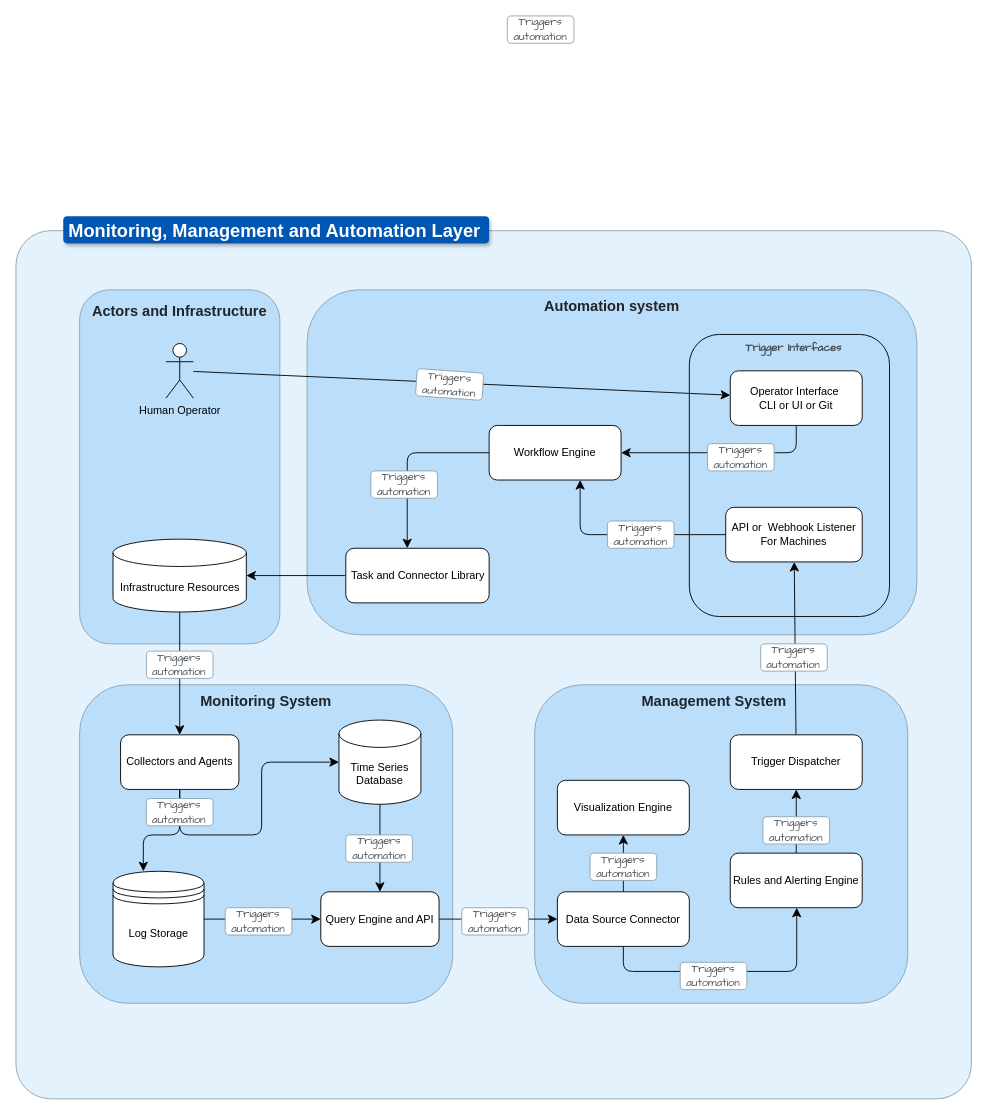
Before: page "Monitoring, Management and Automation Layer detailed" (3 of 6) of diagrams/Globale_Conception.drawio in Benmeddour/ai-driven-infrastructure-resource-provisioning, a draw.io diagram. Source tidied: cells renumbered, new cells numbered last; positions are measured from the earlier drawing's top-left corner, leaving out a move shared by most shapes. Both pictures are drawn from the tidied source at 91%, with x=0, y=0 at pixel (15, 15).
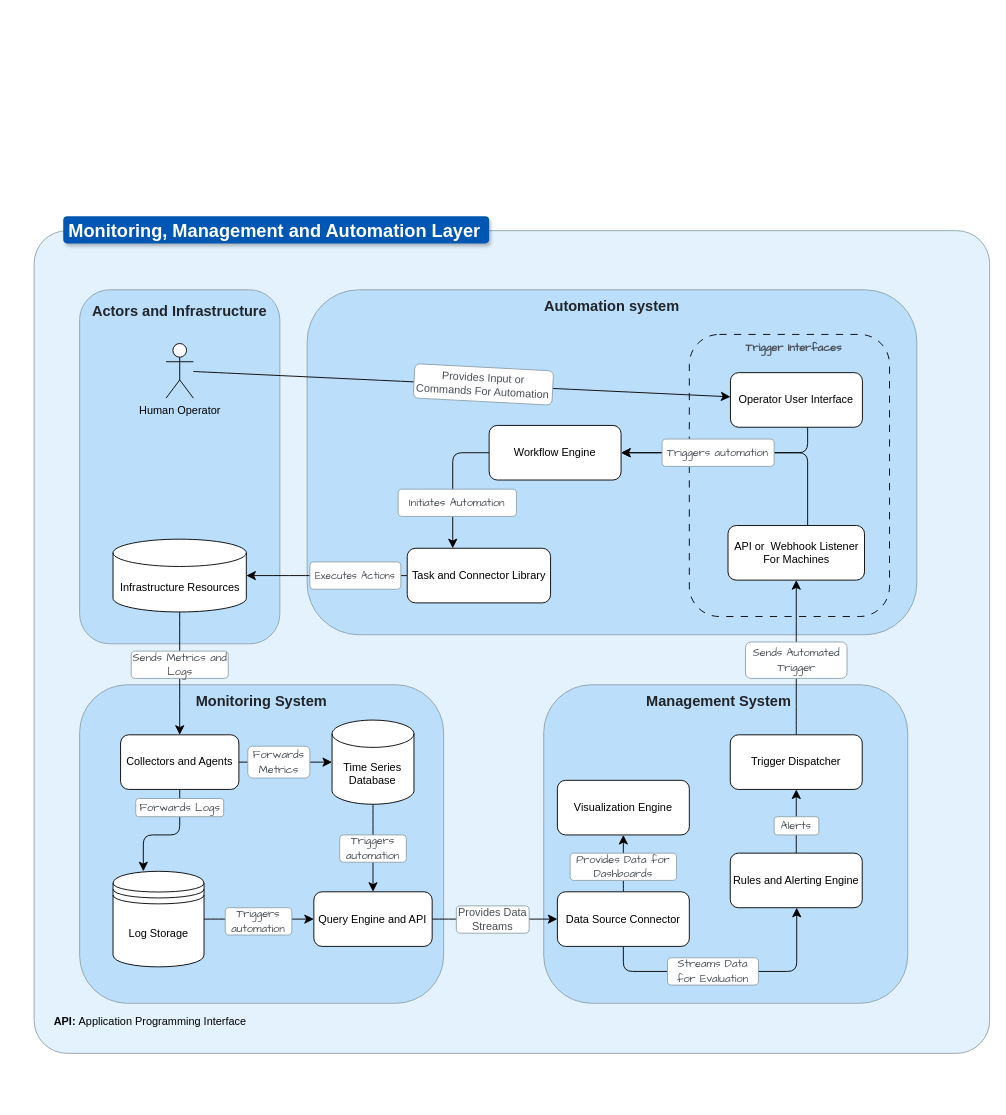
After the change.

The change refers to these unchanged cells:
```xml
<mxCell id="17" value="Collectors and Agents" style="rounded=1;whiteSpace=wrap;html=1;" parent="1" vertex="1">
  <mxGeometry x="115" y="790" width="130" height="60" as="geometry" />
</mxCell>
<mxCell id="39" value="Workflow Engine" style="rounded=1;whiteSpace=wrap;html=1;" parent="1" vertex="1">
  <mxGeometry x="520" y="450" width="145" height="60" as="geometry" />
</mxCell>
```

Diff of the diagram source:
```diff
@@
     <mxCell id="2" style="rounded=1;whiteSpace=wrap;html=1;labelBackgroundColor=none;fillColor=#E3F2FD;strokeColor=#90A4AE;fontColor=#212529;arcSize=4;spacingBottom=0;" parent="1" vertex="1">
-      <mxGeometry y="236" width="1050" height="954" as="geometry" />
+      <mxGeometry x="20" y="236" width="1050" height="904" as="geometry" />
     </mxCell>
@@
     <mxCell id="6" value="Monitoring System" style="rounded=1;whiteSpace=wrap;html=1;strokeColor=#90A4AE;fontColor=#212529;fillColor=#BBDEFB;labelPosition=center;verticalLabelPosition=top;align=center;verticalAlign=bottom;spacingBottom=-30;fontSize=16;fontStyle=1;" parent="1" vertex="1">
-      <mxGeometry x="70" y="735" width="410" height="350" as="geometry" />
+      <mxGeometry x="70" y="735" width="400" height="350" as="geometry" />
     </mxCell>
@@
     <mxCell id="8" value="Management System" style="rounded=1;whiteSpace=wrap;html=1;strokeColor=#90A4AE;fontColor=#212529;fillColor=#BBDEFB;spacingBottom=-30;labelPosition=center;verticalLabelPosition=top;align=center;verticalAlign=bottom;rotation=0;fontSize=16;fontStyle=1;spacingLeft=-15;" parent="1" vertex="1">
-      <mxGeometry x="570" y="735" width="410" height="350" as="geometry" />
+      <mxGeometry x="580" y="735" width="400" height="350" as="geometry" />
     </mxCell>
-    <mxCell id="9" value="&lt;font face=&quot;Comic Sans MS&quot;&gt;Triggers automation&lt;/font&gt;" style="rounded=1;whiteSpace=wrap;html=1;strokeColor=#90A4AE;fontColor=#495057;fillColor=#FFFFFF;" parent="1" vertex="1">
-      <mxGeometry x="540" width="73.2" height="30" as="geometry" />
-    </mxCell>
-    <mxCell id="10" style="rounded=1;whiteSpace=wrap;html=1;fillColor=none;" parent="1" vertex="1">
+    <mxCell id="10" style="rounded=1;whiteSpace=wrap;html=1;fillColor=none;dashed=1;dashPattern=8 8;" parent="1" vertex="1">
       <mxGeometry x="740" y="350" width="220" height="310" as="geometry" />
     </mxCell>
@@
     <mxCell id="16" style="edgeStyle=orthogonalEdgeStyle;rounded=1;jettySize=auto;html=1;fontSize=12;startSize=8;endSize=8;curved=0;" parent="1" edge="1" source="17" target="21">
       <mxGeometry relative="1" as="geometry">
         <Array as="points">
-          <mxPoint x="180" y="900" />
-          <mxPoint x="270" y="900" />
-          <mxPoint x="270" y="820" />
+          <mxPoint x="230" y="820" />
+          <mxPoint x="230" y="820" />
         </Array>
       </mxGeometry>
     </mxCell>
@@
     <mxCell id="21" value="Time Series Database" style="rounded=1;whiteSpace=wrap;html=1;shape=cylinder3;boundedLbl=1;backgroundOutline=1;size=15;" parent="1" vertex="1">
-      <mxGeometry x="355" y="773.8" width="90" height="92.5" as="geometry" />
+      <mxGeometry x="347.4" y="773.8" width="90" height="92.5" as="geometry" />
     </mxCell>
@@
     <mxCell id="23" value="Query Engine and API" style="rounded=1;whiteSpace=wrap;html=1;" parent="1" vertex="1">
-      <mxGeometry x="335" y="962.5" width="130" height="60" as="geometry" />
+      <mxGeometry x="327.4" y="962.5" width="130" height="60" as="geometry" />
     </mxCell>
@@
     <mxCell id="32" style="edgeStyle=orthogonalEdgeStyle;rounded=1;jettySize=auto;html=1;fontSize=12;startSize=8;endSize=8;curved=0;" parent="1" edge="1" source="33" target="39">
       <mxGeometry relative="1" as="geometry">
         <Array as="points">
-          <mxPoint x="620" y="570" />
+          <mxPoint x="870" y="480" />
         </Array>
       </mxGeometry>
     </mxCell>
     <mxCell id="33" value="API or&amp;nbsp; Webhook Listener For Machines" style="rounded=1;whiteSpace=wrap;html=1;" parent="1" vertex="1">
-      <mxGeometry x="780" y="540" width="150" height="60" as="geometry" />
+      <mxGeometry x="782.5" y="560" width="150" height="60" as="geometry" />
     </mxCell>
     <mxCell id="34" style="edgeStyle=orthogonalEdgeStyle;rounded=1;jettySize=auto;html=1;fontSize=12;startSize=8;endSize=8;" parent="1" edge="1" source="35" target="39">
       <mxGeometry relative="1" as="geometry">
         <Array as="points">
-          <mxPoint x="858" y="480" />
+          <mxPoint x="870" y="480" />
         </Array>
       </mxGeometry>
     </mxCell>
-    <mxCell id="35" value="Operator Interface&amp;nbsp;&lt;div&gt;CLI or UI or Git&lt;/div&gt;" style="rounded=1;whiteSpace=wrap;html=1;" parent="1" vertex="1">
-      <mxGeometry x="785" y="390" width="145" height="60" as="geometry" />
+    <mxCell id="35" value="Operator User Interface" style="rounded=1;whiteSpace=wrap;html=1;" parent="1" vertex="1">
+      <mxGeometry x="785.2" y="392" width="145" height="60" as="geometry" />
     </mxCell>
@@
     <mxCell id="37" value="Task and Connector Library" style="rounded=1;whiteSpace=wrap;html=1;" parent="1" vertex="1">
-      <mxGeometry x="362.5" y="585" width="157.5" height="60" as="geometry" />
+      <mxGeometry x="430" y="585" width="157.5" height="60" as="geometry" />
     </mxCell>
     <mxCell id="38" style="edgeStyle=orthogonalEdgeStyle;rounded=1;jettySize=auto;html=1;fontSize=12;startSize=8;endSize=8;" parent="1" edge="1" source="39" target="37">
       <mxGeometry relative="1" as="geometry">
         <Array as="points">
-          <mxPoint x="430" y="480" />
+          <mxPoint x="480" y="480" />
         </Array>
       </mxGeometry>
     </mxCell>
@@
     <mxCell id="40" value="&lt;font face=&quot;Comic Sans MS&quot;&gt;Triggers automation&lt;/font&gt;" style="rounded=1;whiteSpace=wrap;html=1;strokeColor=#90A4AE;fontColor=#495057;fillColor=#FFFFFF;" parent="1" vertex="1">
-      <mxGeometry x="760" y="470" width="73.2" height="30" as="geometry" />
+      <mxGeometry x="710" y="465" width="123.2" height="30" as="geometry" />
     </mxCell>
@@
-    <mxCell id="42" value="&lt;font face=&quot;Comic Sans MS&quot;&gt;Triggers automation&lt;/font&gt;" style="rounded=1;whiteSpace=wrap;html=1;strokeColor=#90A4AE;fontColor=#495057;fillColor=#FFFFFF;" parent="1" vertex="1">
-      <mxGeometry x="650" y="555" width="73.2" height="30" as="geometry" />
-    </mxCell>
-    <mxCell id="43" value="&lt;font face=&quot;Comic Sans MS&quot;&gt;Triggers automation&lt;/font&gt;" style="rounded=1;whiteSpace=wrap;html=1;strokeColor=#90A4AE;fontColor=#495057;fillColor=#FFFFFF;" parent="1" vertex="1">
-      <mxGeometry x="390" y="500" width="73.2" height="30" as="geometry" />
+    <mxCell id="43" value="&lt;font face=&quot;Comic Sans MS&quot;&gt;Executes Actions&lt;/font&gt;" style="rounded=1;whiteSpace=wrap;html=1;strokeColor=#90A4AE;fontColor=#495057;fillColor=#FFFFFF;fontSize=11;" parent="1" vertex="1">
+      <mxGeometry x="323" y="600" width="100" height="30" as="geometry" />
     </mxCell>
-    <mxCell id="44" value="&lt;font face=&quot;Comic Sans MS&quot;&gt;Triggers automation&lt;/font&gt;" style="rounded=1;whiteSpace=wrap;html=1;strokeColor=#90A4AE;fontColor=#495057;fillColor=#FFFFFF;rotation=4;" parent="1" vertex="1">
-      <mxGeometry x="440" y="390" width="73.2" height="30" as="geometry" />
+    <mxCell id="44" value="Provides Input or Commands For Automation" style="rounded=1;whiteSpace=wrap;html=1;strokeColor=#90A4AE;fontColor=#495057;fillColor=#FFFFFF;rotation=3;" parent="1" vertex="1">
+      <mxGeometry x="437.4" y="386.1" width="152.6" height="37.7" as="geometry" />
     </mxCell>
-    <mxCell id="45" value="&lt;font face=&quot;Comic Sans MS&quot;&gt;Triggers automation&lt;/font&gt;" style="rounded=1;whiteSpace=wrap;html=1;strokeColor=#90A4AE;fontColor=#495057;fillColor=#FFFFFF;" parent="1" vertex="1">
-      <mxGeometry x="143.4" y="698" width="73.2" height="30" as="geometry" />
+    <mxCell id="45" value="&lt;span style=&quot;font-family: &amp;quot;Comic Sans MS&amp;quot;;&quot;&gt;Sends Metrics and Logs&lt;/span&gt;" style="rounded=1;whiteSpace=wrap;html=1;strokeColor=#90A4AE;fontColor=#495057;fillColor=#FFFFFF;" parent="1" vertex="1">
+      <mxGeometry x="126.7" y="698" width="106.6" height="30" as="geometry" />
     </mxCell>
-    <mxCell id="46" value="&lt;font face=&quot;Comic Sans MS&quot;&gt;Triggers automation&lt;/font&gt;" style="rounded=1;whiteSpace=wrap;html=1;strokeColor=#90A4AE;fontColor=#495057;fillColor=#FFFFFF;" parent="1" vertex="1">
-      <mxGeometry x="818.4" y="690" width="73.2" height="30" as="geometry" />
+    <mxCell id="46" value="&lt;font face=&quot;Comic Sans MS&quot;&gt;Sends Automated Trigger&lt;/font&gt;" style="rounded=1;whiteSpace=wrap;html=1;strokeColor=#90A4AE;fontColor=#495057;fillColor=#FFFFFF;" parent="1" vertex="1">
+      <mxGeometry x="801.7" y="688" width="111.6" height="40" as="geometry" />
     </mxCell>
-    <mxCell id="47" value="&lt;font face=&quot;Comic Sans MS&quot;&gt;Triggers automation&lt;/font&gt;" style="rounded=1;whiteSpace=wrap;html=1;strokeColor=#90A4AE;fontColor=#495057;fillColor=#FFFFFF;" parent="1" vertex="1">
-      <mxGeometry x="820.9" y="880" width="73.2" height="30" as="geometry" />
+    <mxCell id="47" value="&lt;font face=&quot;Comic Sans MS&quot;&gt;Alerts&lt;/font&gt;" style="rounded=1;whiteSpace=wrap;html=1;strokeColor=#90A4AE;fontColor=#495057;fillColor=#FFFFFF;" parent="1" vertex="1">
+      <mxGeometry x="833.2" y="880" width="49.1" height="20" as="geometry" />
     </mxCell>
-    <mxCell id="48" value="&lt;font face=&quot;Comic Sans MS&quot;&gt;Triggers automation&lt;/font&gt;" style="rounded=1;whiteSpace=wrap;html=1;strokeColor=#90A4AE;fontColor=#495057;fillColor=#FFFFFF;" parent="1" vertex="1">
-      <mxGeometry x="630.9" y="920" width="73.2" height="30" as="geometry" />
+    <mxCell id="48" value="&lt;font face=&quot;Comic Sans MS&quot;&gt;Provides Data for Dashboards&lt;/font&gt;" style="rounded=1;whiteSpace=wrap;html=1;strokeColor=#90A4AE;fontColor=#495057;fillColor=#FFFFFF;" parent="1" vertex="1">
+      <mxGeometry x="609" y="920" width="117" height="30" as="geometry" />
     </mxCell>
-    <mxCell id="49" value="&lt;font face=&quot;Comic Sans MS&quot;&gt;Triggers automation&lt;/font&gt;" style="rounded=1;whiteSpace=wrap;html=1;strokeColor=#90A4AE;fontColor=#495057;fillColor=#FFFFFF;" parent="1" vertex="1">
-      <mxGeometry x="730" y="1040" width="73.2" height="30" as="geometry" />
+    <mxCell id="49" value="&lt;font face=&quot;Comic Sans MS&quot;&gt;Streams Data for Evaluation&lt;/font&gt;" style="rounded=1;whiteSpace=wrap;html=1;strokeColor=#90A4AE;fontColor=#495057;fillColor=#FFFFFF;" parent="1" vertex="1">
+      <mxGeometry x="716" y="1035" width="100" height="30" as="geometry" />
     </mxCell>
-    <mxCell id="50" value="&lt;font face=&quot;Comic Sans MS&quot;&gt;Triggers automation&lt;/font&gt;" style="rounded=1;whiteSpace=wrap;html=1;strokeColor=#90A4AE;fontColor=#495057;fillColor=#FFFFFF;" parent="1" vertex="1">
-      <mxGeometry x="490" y="980" width="73.2" height="30" as="geometry" />
+    <mxCell id="50" value="Provides Data Streams" style="rounded=1;whiteSpace=wrap;html=1;strokeColor=#90A4AE;fontColor=#495057;fillColor=#FFFFFF;" parent="1" vertex="1">
+      <mxGeometry x="484" y="978" width="80" height="30" as="geometry" />
     </mxCell>
     <mxCell id="51" value="&lt;font face=&quot;Comic Sans MS&quot;&gt;Triggers automation&lt;/font&gt;" style="rounded=1;whiteSpace=wrap;html=1;strokeColor=#90A4AE;fontColor=#495057;fillColor=#FFFFFF;" parent="1" vertex="1">
-      <mxGeometry x="362.5" y="900" width="73.2" height="30" as="geometry" />
+      <mxGeometry x="355.8" y="900" width="73.2" height="30" as="geometry" />
     </mxCell>
@@
-    <mxCell id="53" value="&lt;font face=&quot;Comic Sans MS&quot;&gt;Triggers automation&lt;/font&gt;" style="rounded=1;whiteSpace=wrap;html=1;strokeColor=#90A4AE;fontColor=#495057;fillColor=#FFFFFF;" parent="1" vertex="1">
-      <mxGeometry x="143.4" y="860" width="73.2" height="30" as="geometry" />
+    <mxCell id="53" value="&lt;font face=&quot;Comic Sans MS&quot;&gt;Forwards Logs&lt;/font&gt;" style="rounded=1;whiteSpace=wrap;html=1;strokeColor=#90A4AE;fontColor=#495057;fillColor=#FFFFFF;" parent="1" vertex="1">
+      <mxGeometry x="131.7" y="860" width="96.6" height="20" as="geometry" />
     </mxCell>
+    <mxCell id="54" value="&lt;font face=&quot;Comic Sans MS&quot;&gt;Forwards Metrics&lt;/font&gt;" style="rounded=1;whiteSpace=wrap;html=1;strokeColor=#90A4AE;fontColor=#495057;fillColor=#FFFFFF;fontSize=12;" parent="1" vertex="1">
+      <mxGeometry x="254.8" y="802.5" width="68.2" height="35" as="geometry" />
+    </mxCell>
+    <mxCell id="55" value="&lt;font face=&quot;Comic Sans MS&quot;&gt;Initiates Automation&lt;/font&gt;" style="rounded=1;whiteSpace=wrap;html=1;strokeColor=#90A4AE;fontColor=#495057;fillColor=#FFFFFF;rotation=0;" parent="1" vertex="1">
+      <mxGeometry x="420" y="520" width="130" height="30" as="geometry" />
+    </mxCell>
+    <mxCell id="56" value="&lt;b&gt;API: &lt;/b&gt;Application Programming Interface" style="text;html=1;align=left;verticalAlign=middle;whiteSpace=wrap;rounded=0;" parent="1" vertex="1">
+      <mxGeometry x="39.9" y="1090" width="263.3" height="30" as="geometry" />
+    </mxCell>
```
